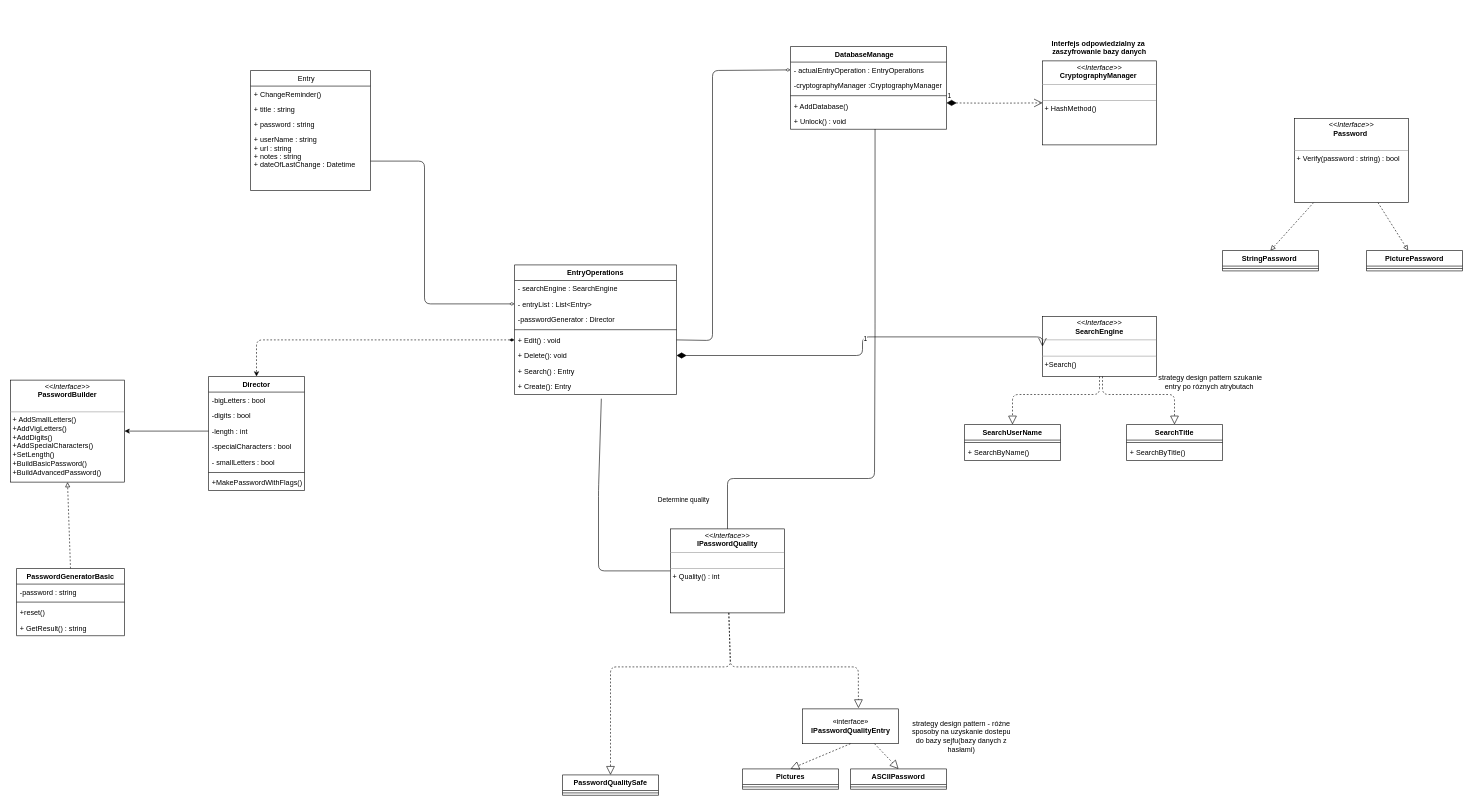
Before: PasswordManager2.drawio in Frang84/PasswordManager, a draw.io diagram. Source tidied: cells renumbered, new cells numbered last; positions are measured from the earlier drawing's top-left corner, leaving out a move shared by most shapes. Both pictures are drawn from the tidied source at 60%, with x=0, y=0 at pixel (10, 10).
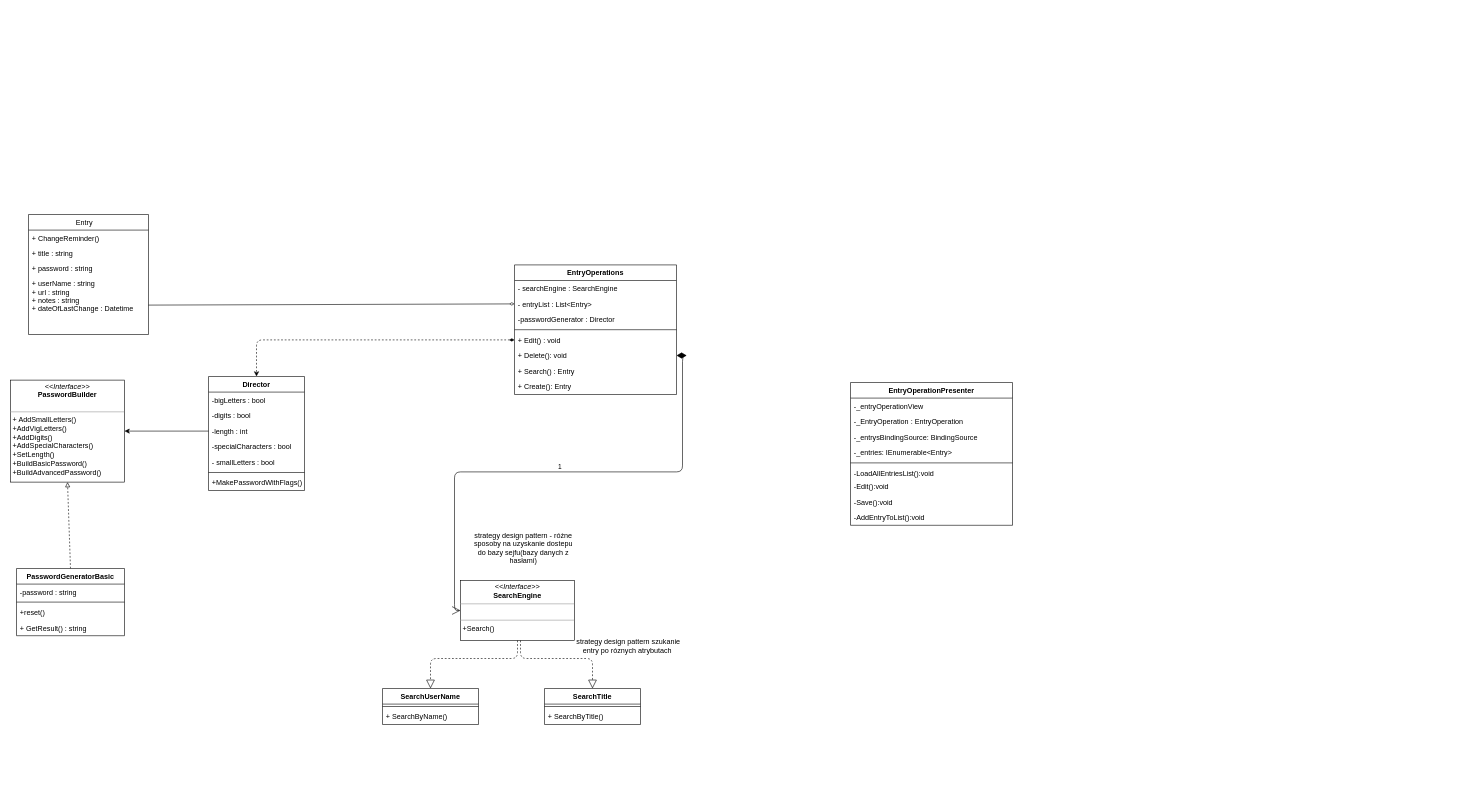
The same page after the edit.

Unchanged cells that the change refers to:
```xml
<mxCell id="4" value="- entryList : List&lt;Entry&gt;" style="text;strokeColor=none;fillColor=none;align=left;verticalAlign=top;spacingLeft=4;spacingRight=4;overflow=hidden;points=[[0,0.5],[1,0.5]];portConstraint=eastwest;" parent="2" vertex="1">
  <mxGeometry y="52" width="270" height="26" as="geometry" />
</mxCell>
<mxCell id="7" value="+ Edit() : void    " style="text;strokeColor=none;fillColor=none;align=left;verticalAlign=top;spacingLeft=4;spacingRight=4;overflow=hidden;points=[[0,0.5],[1,0.5]];portConstraint=eastwest;" parent="2" vertex="1">
  <mxGeometry y="112" width="270" height="26" as="geometry" />
</mxCell>
<mxCell id="8" value="+ Delete(): void    " style="text;strokeColor=none;fillColor=none;align=left;verticalAlign=top;spacingLeft=4;spacingRight=4;overflow=hidden;points=[[0,0.5],[1,0.5]];portConstraint=eastwest;" parent="2" vertex="1">
  <mxGeometry y="138" width="270" height="26" as="geometry" />
</mxCell>
<mxCell id="10" value="+ Create(): Entry" style="text;strokeColor=none;fillColor=none;align=left;verticalAlign=top;spacingLeft=4;spacingRight=4;overflow=hidden;points=[[0,0.5],[1,0.5]];portConstraint=eastwest;" parent="2" vertex="1">
  <mxGeometry y="190" width="270" height="26" as="geometry" />
</mxCell>
<mxCell id="15" value="+ userName : string&#10;+ url : string&#10;+ notes : string&#10;+ dateOfLastChange : Datetime" style="text;strokeColor=none;fillColor=none;align=left;verticalAlign=top;spacingLeft=4;spacingRight=4;overflow=hidden;points=[[0,0.5],[1,0.5]];portConstraint=eastwest;" parent="11" vertex="1">
  <mxGeometry y="102" width="200" height="98" as="geometry" />
</mxCell>
```

The edit, as a diff of the source:
```diff
@@
     <mxCell id="11" value="Entry    " style="swimlane;fontStyle=0;horizontal=1;startSize=26;fillColor=none;" parent="1" vertex="1">
-      <mxGeometry x="400" y="100" width="200" height="200" as="geometry" />
+      <mxGeometry x="30" y="340" width="200" height="200" as="geometry" />
     </mxCell>
@@
-    <mxCell id="16" value="DatabaseManage    " style="swimlane;fontStyle=1;align=center;verticalAlign=top;horizontal=1;startSize=26;gradientColor=none;" parent="1" vertex="1">
-      <mxGeometry x="1300" y="60" width="260" height="138" as="geometry" />
-    </mxCell>
-    <mxCell id="17" value="- actualEntryOperation : EntryOperations " style="text;strokeColor=none;fillColor=none;align=left;verticalAlign=top;spacingLeft=4;spacingRight=4;overflow=hidden;points=[[0,0.5],[1,0.5]];portConstraint=eastwest;" parent="16" vertex="1">
-      <mxGeometry y="26" width="260" height="26" as="geometry" />
-    </mxCell>
-    <mxCell id="18" value="-cryptographyManager :CryptographyManager&#10; " style="text;strokeColor=none;fillColor=none;align=left;verticalAlign=top;spacingLeft=4;spacingRight=4;overflow=hidden;" parent="16" vertex="1">
-      <mxGeometry y="52" width="260" height="26" as="geometry" />
-    </mxCell>
-    <mxCell id="19" style="line;strokeWidth=1;fillColor=none;align=left;verticalAlign=middle;spacingTop=-1;spacingLeft=3;spacingRight=3;labelPosition=right;strokeColor=inherit;" parent="16" vertex="1">
-      <mxGeometry y="78" width="260" height="8" as="geometry" />
-    </mxCell>
-    <mxCell id="20" value="+ AddDatabase() " style="text;strokeColor=none;fillColor=none;align=left;verticalAlign=top;spacingLeft=4;spacingRight=4;overflow=hidden;" parent="16" vertex="1">
-      <mxGeometry y="86" width="260" height="26" as="geometry" />
-    </mxCell>
-    <mxCell id="21" value="+ Unlock() : void" style="text;strokeColor=none;fillColor=none;align=left;verticalAlign=top;spacingLeft=4;spacingRight=4;overflow=hidden;points=[[0,0.5],[1,0.5]];portConstraint=eastwest;" parent="16" vertex="1">
-      <mxGeometry y="112" width="260" height="26" as="geometry" />
-    </mxCell>
-    <mxCell id="22" style="edgeStyle=none;html=1;exitX=0;exitY=0.5;exitDx=0;exitDy=0;entryX=0.536;entryY=1.269;entryDx=0;entryDy=0;entryPerimeter=0;endArrow=none;endFill=0;" parent="1" edge="1" source="23" target="10">
-      <mxGeometry relative="1" as="geometry">
-        <Array as="points">
-          <mxPoint x="980" y="934" />
-          <mxPoint x="980" y="800" />
-        </Array>
-      </mxGeometry>
-    </mxCell>
-    <mxCell id="23" value="&lt;p style=&quot;margin:0px;margin-top:4px;text-align:center;&quot;&gt;&lt;i&gt;&amp;lt;&amp;lt;Interface&amp;gt;&amp;gt;&lt;/i&gt;&lt;br&gt;&lt;b&gt;IPasswordQuality&lt;/b&gt;&lt;/p&gt;&lt;hr size=&quot;1&quot;&gt;&lt;p style=&quot;margin:0px;margin-left:4px;&quot;&gt;&lt;br&gt;&lt;/p&gt;&lt;hr size=&quot;1&quot;&gt;&lt;p style=&quot;margin:0px;margin-left:4px;&quot;&gt;+ Quality() : int&lt;br&gt;&lt;/p&gt;" style="verticalAlign=top;align=left;overflow=fill;fontSize=12;fontFamily=Helvetica;html=1;gradientColor=none;" parent="1" vertex="1">
-      <mxGeometry x="1100" y="864" width="190" height="140" as="geometry" />
-    </mxCell>
-    <mxCell id="24" value="PasswordQualitySafe" style="swimlane;fontStyle=1;align=center;verticalAlign=top;horizontal=1;startSize=26;gradientColor=none;" parent="1" vertex="1">
-      <mxGeometry x="920" y="1274" width="160" height="34" as="geometry" />
-    </mxCell>
-    <mxCell id="25" style="line;strokeWidth=1;fillColor=none;align=left;verticalAlign=middle;spacingTop=-1;spacingLeft=3;spacingRight=3;labelPosition=right;strokeColor=inherit;" parent="24" vertex="1">
-      <mxGeometry y="26" width="160" height="8" as="geometry" />
-    </mxCell>
-    <mxCell id="26" style="endArrow=block;dashed=1;endFill=0;endSize=12;html=1;" parent="1" edge="1" source="23" target="24">
-      <mxGeometry relative="1" as="geometry">
-        <Array as="points">
-          <mxPoint x="1200" y="1094" />
-          <mxPoint x="1000" y="1094" />
-        </Array>
-      </mxGeometry>
-    </mxCell>
-    <mxCell id="27" value="«interface»&lt;br&gt;&lt;b&gt;IPasswordQualityEntry&lt;/b&gt;" style="html=1;gradientColor=none;" parent="1" vertex="1">
-      <mxGeometry x="1320" y="1164" width="160" height="58" as="geometry" />
-    </mxCell>
-    <mxCell id="28" style="endArrow=block;dashed=1;endFill=0;endSize=12;html=1;entryX=0.583;entryY=-0.021;entryDx=0;entryDy=0;entryPerimeter=0;" parent="1" edge="1" source="23" target="27">
-      <mxGeometry relative="1" as="geometry">
-        <Array as="points">
-          <mxPoint x="1200" y="1094" />
-          <mxPoint x="1320" y="1094" />
-          <mxPoint x="1413" y="1094" />
-        </Array>
-      </mxGeometry>
-    </mxCell>
-    <mxCell id="29" value="Pictures" style="swimlane;fontStyle=1;align=center;verticalAlign=top;horizontal=1;startSize=26;gradientColor=none;" parent="1" vertex="1">
-      <mxGeometry x="1220" y="1264" width="160" height="34" as="geometry" />
-    </mxCell>
-    <mxCell id="30" style="line;strokeWidth=1;fillColor=none;align=left;verticalAlign=middle;spacingTop=-1;spacingLeft=3;spacingRight=3;labelPosition=right;strokeColor=inherit;" parent="29" vertex="1">
-      <mxGeometry y="26" width="160" height="8" as="geometry" />
-    </mxCell>
-    <mxCell id="31" value="ASCIIPassword&#10;" style="swimlane;fontStyle=1;align=center;verticalAlign=top;horizontal=1;startSize=26;gradientColor=none;" parent="1" vertex="1">
-      <mxGeometry x="1400" y="1264" width="160" height="34" as="geometry" />
-    </mxCell>
-    <mxCell id="32" style="line;strokeWidth=1;fillColor=none;align=left;verticalAlign=middle;spacingTop=-1;spacingLeft=3;spacingRight=3;labelPosition=right;strokeColor=inherit;" parent="31" vertex="1">
-      <mxGeometry y="26" width="160" height="8" as="geometry" />
-    </mxCell>
-    <mxCell id="33" style="endArrow=block;dashed=1;endFill=0;endSize=12;html=1;exitX=0.5;exitY=1;exitDx=0;exitDy=0;entryX=0.5;entryY=0;entryDx=0;entryDy=0;" parent="1" edge="1" source="27" target="29">
-      <mxGeometry relative="1" as="geometry" />
-    </mxCell>
-    <mxCell id="34" style="endArrow=block;dashed=1;endFill=0;endSize=12;html=1;exitX=0.75;exitY=1;exitDx=0;exitDy=0;entryX=0.5;entryY=0;entryDx=0;entryDy=0;" parent="1" edge="1" source="27" target="31">
-      <mxGeometry relative="1" as="geometry" />
-    </mxCell>
-    <mxCell id="35" style="endArrow=none;html=1;edgeStyle=orthogonalEdgeStyle;exitX=0.542;exitY=0.981;exitDx=0;exitDy=0;exitPerimeter=0;entryX=0.5;entryY=0;entryDx=0;entryDy=0;" parent="1" edge="1" source="21" target="23">
-      <mxGeometry relative="1" as="geometry">
-        <Array as="points">
-          <mxPoint x="1441" y="531" />
-          <mxPoint x="1440" y="531" />
-          <mxPoint x="1440" y="780" />
-          <mxPoint x="1195" y="780" />
-        </Array>
-      </mxGeometry>
-    </mxCell>
-    <mxCell id="36" value="Determine quality" style="edgeLabel;html=1;align=right;verticalAlign=bottom;gradientColor=none;" parent="35" vertex="1">
-      <mxGeometry x="1" relative="1" as="geometry">
-        <mxPoint x="-30" y="-40" as="offset" />
-      </mxGeometry>
-    </mxCell>
     <mxCell id="37" value="&lt;p style=&quot;margin:0px;margin-top:4px;text-align:center;&quot;&gt;&lt;i&gt;&amp;lt;&amp;lt;Interface&amp;gt;&amp;gt;&lt;/i&gt;&lt;br&gt;&lt;b&gt;SearchEngine&lt;/b&gt;&lt;/p&gt;&lt;hr size=&quot;1&quot;&gt;&lt;p style=&quot;margin:0px;margin-left:4px;&quot;&gt;&lt;br&gt;&lt;/p&gt;&lt;hr size=&quot;1&quot;&gt;&lt;p style=&quot;margin:0px;margin-left:4px;&quot;&gt;+Search()&lt;/p&gt;" style="verticalAlign=top;align=left;overflow=fill;fontSize=12;fontFamily=Helvetica;html=1;gradientColor=none;" parent="1" vertex="1">
-      <mxGeometry x="1720" y="510" width="190" height="100" as="geometry" />
+      <mxGeometry x="750" y="950" width="190" height="100" as="geometry" />
     </mxCell>
     <mxCell id="38" value="SearchUserName&#10;" style="swimlane;fontStyle=1;align=center;verticalAlign=top;horizontal=1;startSize=26;gradientColor=none;" parent="1" vertex="1">
-      <mxGeometry x="1590" y="690" width="160" height="60" as="geometry" />
+      <mxGeometry x="620" y="1130" width="160" height="60" as="geometry" />
     </mxCell>
@@
     <mxCell id="41" value="SearchTitle" style="swimlane;fontStyle=1;align=center;verticalAlign=top;horizontal=1;startSize=26;gradientColor=none;" parent="1" vertex="1">
-      <mxGeometry x="1860" y="690" width="160" height="60" as="geometry" />
+      <mxGeometry x="890" y="1130" width="160" height="60" as="geometry" />
     </mxCell>
@@
     <mxCell id="44" style="endArrow=block;dashed=1;endFill=0;endSize=12;html=1;exitX=0.5;exitY=1;exitDx=0;exitDy=0;entryX=0.5;entryY=0;entryDx=0;entryDy=0;" parent="1" edge="1" source="37" target="38">
       <mxGeometry relative="1" as="geometry">
         <Array as="points">
-          <mxPoint x="1815" y="640" />
-          <mxPoint x="1750" y="640" />
-          <mxPoint x="1670" y="640" />
+          <mxPoint x="845" y="1080" />
+          <mxPoint x="780" y="1080" />
+          <mxPoint x="700" y="1080" />
         </Array>
       </mxGeometry>
     </mxCell>
     <mxCell id="45" style="endArrow=block;dashed=1;endFill=0;endSize=12;html=1;entryX=0.5;entryY=0;entryDx=0;entryDy=0;" parent="1" edge="1" target="41">
       <mxGeometry relative="1" as="geometry">
-        <mxPoint x="1820" y="610" as="sourcePoint" />
+        <mxPoint x="850" y="1050" as="sourcePoint" />
         <Array as="points">
-          <mxPoint x="1820" y="640" />
-          <mxPoint x="1940" y="640" />
+          <mxPoint x="850" y="1080" />
+          <mxPoint x="970" y="1080" />
         </Array>
       </mxGeometry>
     </mxCell>
     <mxCell id="46" value="strategy design pattern - różne sposoby na uzyskanie dostepu do bazy sejfu(bazy danych z hasłami)" style="text;html=1;strokeColor=none;fillColor=none;align=center;verticalAlign=middle;whiteSpace=wrap;rounded=0;" parent="1" vertex="1">
-      <mxGeometry x="1500" y="1164" width="170" height="92" as="geometry" />
+      <mxGeometry x="770" y="850" width="170" height="92" as="geometry" />
     </mxCell>
     <mxCell id="47" value="strategy design pattern szukanie entry po róznych atrybutach&amp;nbsp;" style="text;html=1;strokeColor=none;fillColor=none;align=center;verticalAlign=middle;whiteSpace=wrap;rounded=0;" parent="1" vertex="1">
-      <mxGeometry x="1910" y="550" width="180" height="140" as="geometry" />
+      <mxGeometry x="940" y="990" width="180" height="140" as="geometry" />
     </mxCell>
@@
     <mxCell id="54" value="1" style="endArrow=open;html=1;endSize=12;startArrow=diamondThin;startSize=14;startFill=1;edgeStyle=orthogonalEdgeStyle;align=left;verticalAlign=bottom;exitX=1;exitY=0.5;exitDx=0;exitDy=0;entryX=0;entryY=0.5;entryDx=0;entryDy=0;" parent="1" edge="1" source="8" target="37">
-      <mxGeometry relative="1" as="geometry">
-        <Array as="points">
-          <mxPoint x="1420" y="575" />
-          <mxPoint x="1420" y="544" />
-        </Array>
-      </mxGeometry>
+      <mxGeometry relative="1" as="geometry" />
     </mxCell>
     <mxCell id="55" style="edgeStyle=none;html=1;exitX=1;exitY=0.5;exitDx=0;exitDy=0;entryX=0;entryY=0.5;entryDx=0;entryDy=0;endArrow=diamondThin;endFill=0;" parent="1" edge="1" source="15" target="4">
-      <mxGeometry relative="1" as="geometry">
-        <Array as="points">
-          <mxPoint x="690" y="251" />
-          <mxPoint x="690" y="489" />
-        </Array>
-      </mxGeometry>
+      <mxGeometry relative="1" as="geometry" />
     </mxCell>
-    <mxCell id="56" style="edgeStyle=none;html=1;entryX=0;entryY=0.5;entryDx=0;entryDy=0;endArrow=diamondThin;endFill=0;exitX=1;exitY=0.5;exitDx=0;exitDy=0;" parent="1" edge="1" source="7" target="17">
-      <mxGeometry relative="1" as="geometry">
-        <Array as="points">
-          <mxPoint x="1170" y="550" />
-          <mxPoint x="1170" y="100" />
-        </Array>
-      </mxGeometry>
-    </mxCell>
-    <mxCell id="57" value="&lt;p style=&quot;margin:0px;margin-top:4px;text-align:center;&quot;&gt;&lt;i&gt;&amp;lt;&amp;lt;Interface&amp;gt;&amp;gt;&lt;/i&gt;&lt;br&gt;&lt;b&gt;CryptographyManager&amp;nbsp;&lt;/b&gt;&lt;/p&gt;&lt;hr size=&quot;1&quot;&gt;&lt;p style=&quot;margin:0px;margin-left:4px;&quot;&gt;&lt;br&gt;&lt;/p&gt;&lt;hr size=&quot;1&quot;&gt;&lt;p style=&quot;margin:0px;margin-left:4px;&quot;&gt;+ HashMethod()&amp;nbsp;&lt;br&gt;&lt;br&gt;&lt;/p&gt;" style="verticalAlign=top;align=left;overflow=fill;fontSize=12;fontFamily=Helvetica;html=1;gradientColor=none;" parent="1" vertex="1">
-      <mxGeometry x="1720" y="84" width="190" height="140" as="geometry" />
-    </mxCell>
-    <mxCell id="58" value="1" style="endArrow=open;html=1;endSize=12;startArrow=diamondThin;startSize=14;startFill=1;edgeStyle=orthogonalEdgeStyle;align=left;verticalAlign=bottom;dashed=1;" parent="1" edge="1" target="57">
-      <mxGeometry x="-1" y="3" relative="1" as="geometry">
-        <mxPoint x="1560" y="154" as="sourcePoint" />
-      </mxGeometry>
-    </mxCell>
@@
-    <mxCell id="70" value="Interfejs odpowiedzialny za  &#10;zaszyfrowanie bazy danych&#10;" style="text;align=center;fontStyle=1;verticalAlign=middle;spacingLeft=3;spacingRight=3;strokeColor=none;" parent="1" vertex="1">
-      <mxGeometry x="1710" width="210" height="136" as="geometry" />
-    </mxCell>
-    <mxCell id="71" style="edgeStyle=none;html=1;entryX=0.5;entryY=0;entryDx=0;entryDy=0;endArrow=block;endFill=0;dashed=1;" parent="1" edge="1" source="73" target="74">
-      <mxGeometry relative="1" as="geometry" />
-    </mxCell>
-    <mxCell id="72" style="edgeStyle=none;html=1;dashed=1;endArrow=block;endFill=0;" parent="1" edge="1" source="73" target="76">
-      <mxGeometry relative="1" as="geometry" />
-    </mxCell>
-    <mxCell id="73" value="&lt;p style=&quot;margin:0px;margin-top:4px;text-align:center;&quot;&gt;&lt;i&gt;&amp;lt;&amp;lt;Interface&amp;gt;&amp;gt;&lt;/i&gt;&lt;br&gt;&lt;b&gt;Password&amp;nbsp;&lt;/b&gt;&lt;/p&gt;&lt;br&gt;&lt;hr size=&quot;1&quot;&gt;&lt;p style=&quot;margin:0px;margin-left:4px;&quot;&gt;+ Verify(password : string) : bool&amp;nbsp;&lt;br&gt;&lt;/p&gt;" style="verticalAlign=top;align=left;overflow=fill;fontSize=12;fontFamily=Helvetica;html=1;gradientColor=none;" parent="1" vertex="1">
-      <mxGeometry x="2140" y="180" width="190" height="140" as="geometry" />
-    </mxCell>
-    <mxCell id="74" value="StringPassword &#10;" style="swimlane;fontStyle=1;align=center;verticalAlign=top;horizontal=1;startSize=26;gradientColor=none;" parent="1" vertex="1">
-      <mxGeometry x="2020" y="400" width="160" height="34" as="geometry" />
-    </mxCell>
-    <mxCell id="75" style="line;strokeWidth=1;fillColor=none;align=left;verticalAlign=middle;spacingTop=-1;spacingLeft=3;spacingRight=3;labelPosition=right;strokeColor=inherit;" parent="74" vertex="1">
-      <mxGeometry y="26" width="160" height="8" as="geometry" />
-    </mxCell>
-    <mxCell id="76" value="PicturePassword" style="swimlane;fontStyle=1;align=center;verticalAlign=top;horizontal=1;startSize=26;gradientColor=none;" parent="1" vertex="1">
-      <mxGeometry x="2260" y="400" width="160" height="34" as="geometry" />
-    </mxCell>
-    <mxCell id="77" style="line;strokeWidth=1;fillColor=none;align=left;verticalAlign=middle;spacingTop=-1;spacingLeft=3;spacingRight=3;labelPosition=right;strokeColor=inherit;" parent="76" vertex="1">
-      <mxGeometry y="26" width="160" height="8" as="geometry" />
-    </mxCell>
+    <mxCell id="22" value="EntryOperationPresenter&#10;" style="swimlane;fontStyle=1;align=center;verticalAlign=top;horizontal=1;startSize=26;" parent="1" vertex="1">
+      <mxGeometry x="1400" y="620" width="270" height="238" as="geometry" />
+    </mxCell>
+    <mxCell id="78" value="-_entryOperationView&#10;" style="text;strokeColor=none;fillColor=none;align=left;verticalAlign=top;spacingLeft=4;spacingRight=4;overflow=hidden;" parent="22" vertex="1">
+      <mxGeometry y="26" width="270" height="26" as="geometry" />
+    </mxCell>
+    <mxCell id="79" value="-_EntryOperation : EntryOperation" style="text;strokeColor=none;fillColor=none;align=left;verticalAlign=top;spacingLeft=4;spacingRight=4;overflow=hidden;" parent="22" vertex="1">
+      <mxGeometry y="52" width="270" height="26" as="geometry" />
+    </mxCell>
+    <mxCell id="80" value="-_entrysBindingSource: BindingSource" style="text;strokeColor=none;fillColor=none;align=left;verticalAlign=top;spacingLeft=4;spacingRight=4;overflow=hidden;" parent="22" vertex="1">
+      <mxGeometry y="78" width="270" height="26" as="geometry" />
+    </mxCell>
+    <mxCell id="81" value="-_entries: IEnumerable&lt;Entry&gt;" style="text;strokeColor=none;fillColor=none;align=left;verticalAlign=top;spacingLeft=4;spacingRight=4;overflow=hidden;" parent="22" vertex="1">
+      <mxGeometry y="104" width="270" height="26" as="geometry" />
+    </mxCell>
+    <mxCell id="82" style="line;strokeWidth=1;fillColor=none;align=left;verticalAlign=middle;spacingTop=-1;spacingLeft=3;spacingRight=3;labelPosition=right;strokeColor=inherit;" parent="22" vertex="1">
+      <mxGeometry y="130" width="270" height="8" as="geometry" />
+    </mxCell>
+    <mxCell id="83" value="-LoadAllEntriesList():void&#10;" style="text;strokeColor=none;fillColor=none;align=left;verticalAlign=top;spacingLeft=4;spacingRight=4;overflow=hidden;" parent="22" vertex="1">
+      <mxGeometry y="138" width="270" height="22" as="geometry" />
+    </mxCell>
+    <mxCell id="84" value="-Edit():void" style="text;strokeColor=none;fillColor=none;align=left;verticalAlign=top;spacingLeft=4;spacingRight=4;overflow=hidden;" parent="22" vertex="1">
+      <mxGeometry y="160" width="270" height="26" as="geometry" />
+    </mxCell>
+    <mxCell id="85" value="-Save():void" style="text;strokeColor=none;fillColor=none;align=left;verticalAlign=top;spacingLeft=4;spacingRight=4;overflow=hidden;" parent="22" vertex="1">
+      <mxGeometry y="186" width="270" height="26" as="geometry" />
+    </mxCell>
+    <mxCell id="86" value="-AddEntryToList():void" style="text;strokeColor=none;fillColor=none;align=left;verticalAlign=top;spacingLeft=4;spacingRight=4;overflow=hidden;" parent="22" vertex="1">
+      <mxGeometry y="212" width="270" height="26" as="geometry" />
+    </mxCell>
```
